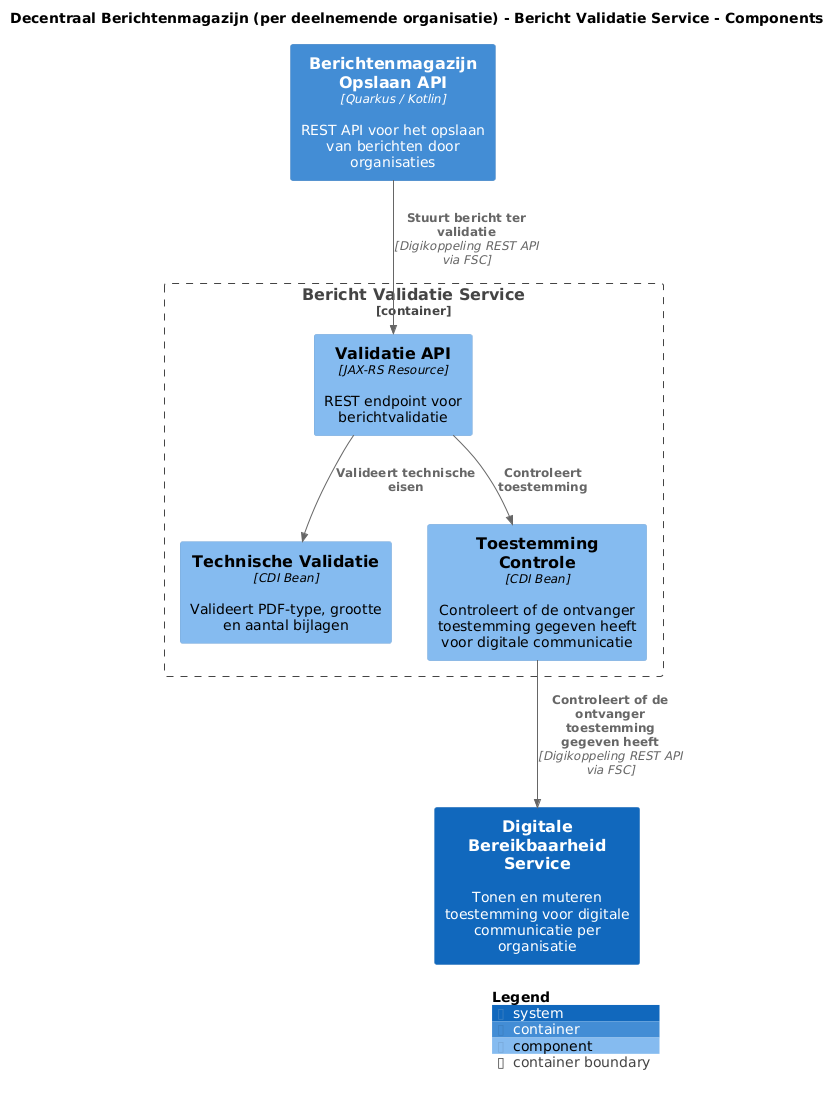
Above: pr-preview/pr-16/master/png/BerichtValidatieComponenten.png in MinBZK/moza-poc-fbs-berichtenbox (PlantUML), before the change. Source of this version:
```plantuml
@startuml
set separator none
title Decentraal Berichtenmagazijn (per deelnemende organisatie) - Bericht Validatie Service - Components

top to bottom direction

!include <C4/C4>
!include <C4/C4_Context>
!include <C4/C4_Container>
!include <C4/C4_Component>

System(DigitaleBereikbaarheidService, "Digitale Bereikbaarheid Service", $descr="Tonen en muteren toestemming voor digitale communicatie per organisatie", $tags="", $link="")
Container(DecentraalBerichtenmagazijnperdeelnemendeorganisatie.BerichtenmagazijnOpslaanAPI, "Berichtenmagazijn Opslaan API", $techn="Quarkus / Kotlin", $descr="REST API voor het opslaan van berichten door organisaties", $tags="", $link="")

Container_Boundary("DecentraalBerichtenmagazijnperdeelnemendeorganisatie.BerichtValidatieService_boundary", "Bericht Validatie Service", $tags="") {
  Component(DecentraalBerichtenmagazijnperdeelnemendeorganisatie.BerichtValidatieService.ValidatieAPI, "Validatie API", $techn="JAX-RS Resource", $descr="REST endpoint voor berichtvalidatie", $tags="", $link="")
  Component(DecentraalBerichtenmagazijnperdeelnemendeorganisatie.BerichtValidatieService.TechnischeValidatie, "Technische Validatie", $techn="CDI Bean", $descr="Valideert PDF-type, grootte en aantal bijlagen", $tags="", $link="")
  Component(DecentraalBerichtenmagazijnperdeelnemendeorganisatie.BerichtValidatieService.ToestemmingControle, "Toestemming Controle", $techn="CDI Bean", $descr="Controleert of de ontvanger toestemming gegeven heeft voor digitale communicatie", $tags="", $link="")
}

Rel(DecentraalBerichtenmagazijnperdeelnemendeorganisatie.BerichtValidatieService.ToestemmingControle, DigitaleBereikbaarheidService, "Controleert of de ontvanger toestemming gegeven heeft", $techn="Digikoppeling REST API via FSC", $tags="", $link="")
Rel(DecentraalBerichtenmagazijnperdeelnemendeorganisatie.BerichtValidatieService.ValidatieAPI, DecentraalBerichtenmagazijnperdeelnemendeorganisatie.BerichtValidatieService.TechnischeValidatie, "Valideert technische eisen", $techn="", $tags="", $link="")
Rel(DecentraalBerichtenmagazijnperdeelnemendeorganisatie.BerichtValidatieService.ValidatieAPI, DecentraalBerichtenmagazijnperdeelnemendeorganisatie.BerichtValidatieService.ToestemmingControle, "Controleert toestemming", $techn="", $tags="", $link="")
Rel(DecentraalBerichtenmagazijnperdeelnemendeorganisatie.BerichtenmagazijnOpslaanAPI, DecentraalBerichtenmagazijnperdeelnemendeorganisatie.BerichtValidatieService.ValidatieAPI, "Stuurt bericht ter validatie", $techn="Digikoppeling REST API via FSC", $tags="", $link="")

SHOW_LEGEND(true)
@enduml
```
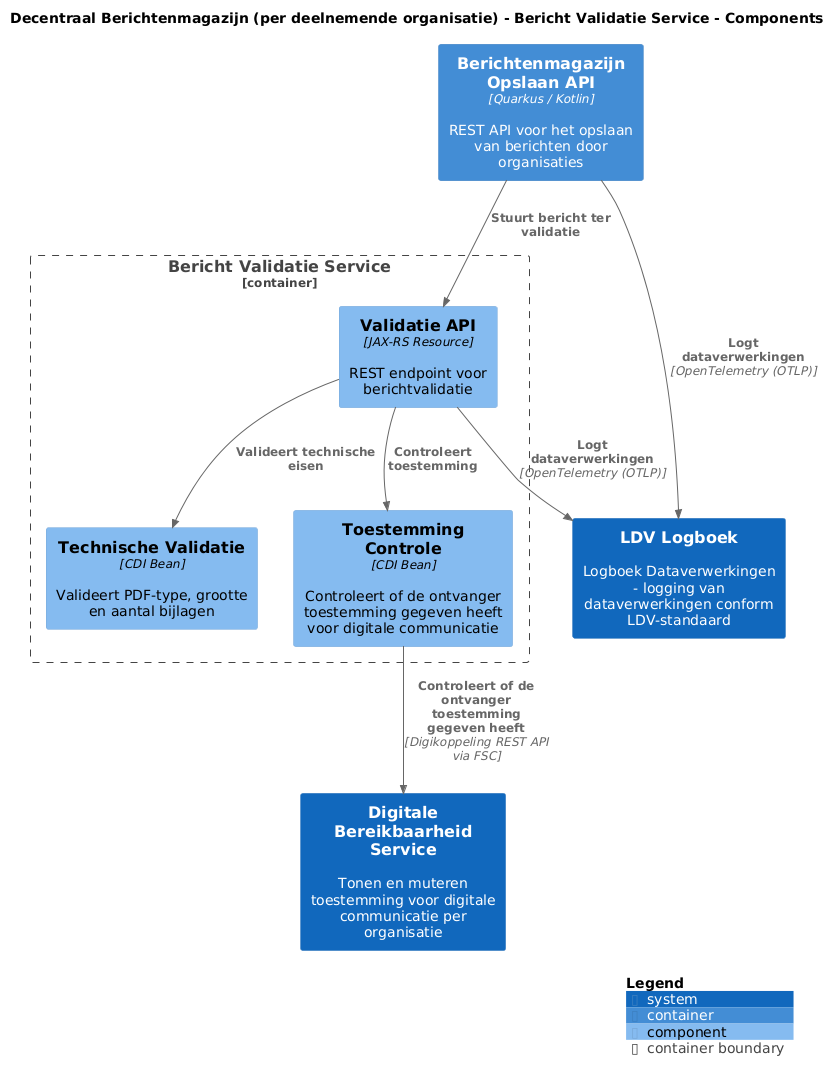
The same diagram one commit later.

Diff of the diagram source:
```diff
@@ -11,6 +11,7 @@
 
 System(DigitaleBereikbaarheidService, "Digitale Bereikbaarheid Service", $descr="Tonen en muteren toestemming voor digitale communicatie per organisatie", $tags="", $link="")
 Container(DecentraalBerichtenmagazijnperdeelnemendeorganisatie.BerichtenmagazijnOpslaanAPI, "Berichtenmagazijn Opslaan API", $techn="Quarkus / Kotlin", $descr="REST API voor het opslaan van berichten door organisaties", $tags="", $link="")
+System(LDVLogboek, "LDV Logboek", $descr="Logboek Dataverwerkingen - logging van dataverwerkingen conform LDV-standaard", $tags="", $link="")
 
 Container_Boundary("DecentraalBerichtenmagazijnperdeelnemendeorganisatie.BerichtValidatieService_boundary", "Bericht Validatie Service", $tags="") {
   Component(DecentraalBerichtenmagazijnperdeelnemendeorganisatie.BerichtValidatieService.ValidatieAPI, "Validatie API", $techn="JAX-RS Resource", $descr="REST endpoint voor berichtvalidatie", $tags="", $link="")
@@ -18,10 +19,12 @@
   Component(DecentraalBerichtenmagazijnperdeelnemendeorganisatie.BerichtValidatieService.ToestemmingControle, "Toestemming Controle", $techn="CDI Bean", $descr="Controleert of de ontvanger toestemming gegeven heeft voor digitale communicatie", $tags="", $link="")
 }
 
-Rel(DecentraalBerichtenmagazijnperdeelnemendeorganisatie.BerichtValidatieService.ToestemmingControle, DigitaleBereikbaarheidService, "Controleert of de ontvanger toestemming gegeven heeft", $techn="Digikoppeling REST API via FSC", $tags="", $link="")
+Rel(DecentraalBerichtenmagazijnperdeelnemendeorganisatie.BerichtenmagazijnOpslaanAPI, LDVLogboek, "Logt dataverwerkingen", $techn="OpenTelemetry (OTLP)", $tags="", $link="")
+Rel(DecentraalBerichtenmagazijnperdeelnemendeorganisatie.BerichtValidatieService.ValidatieAPI, LDVLogboek, "Logt dataverwerkingen", $techn="OpenTelemetry (OTLP)", $tags="", $link="")
 Rel(DecentraalBerichtenmagazijnperdeelnemendeorganisatie.BerichtValidatieService.ValidatieAPI, DecentraalBerichtenmagazijnperdeelnemendeorganisatie.BerichtValidatieService.TechnischeValidatie, "Valideert technische eisen", $techn="", $tags="", $link="")
 Rel(DecentraalBerichtenmagazijnperdeelnemendeorganisatie.BerichtValidatieService.ValidatieAPI, DecentraalBerichtenmagazijnperdeelnemendeorganisatie.BerichtValidatieService.ToestemmingControle, "Controleert toestemming", $techn="", $tags="", $link="")
-Rel(DecentraalBerichtenmagazijnperdeelnemendeorganisatie.BerichtenmagazijnOpslaanAPI, DecentraalBerichtenmagazijnperdeelnemendeorganisatie.BerichtValidatieService.ValidatieAPI, "Stuurt bericht ter validatie", $techn="Digikoppeling REST API via FSC", $tags="", $link="")
+Rel(DecentraalBerichtenmagazijnperdeelnemendeorganisatie.BerichtenmagazijnOpslaanAPI, DecentraalBerichtenmagazijnperdeelnemendeorganisatie.BerichtValidatieService.ValidatieAPI, "Stuurt bericht ter validatie", $techn="", $tags="", $link="")
+Rel(DecentraalBerichtenmagazijnperdeelnemendeorganisatie.BerichtValidatieService.ToestemmingControle, DigitaleBereikbaarheidService, "Controleert of de ontvanger toestemming gegeven heeft", $techn="Digikoppeling REST API via FSC", $tags="", $link="")
 
 SHOW_LEGEND(true)
 @enduml
```
